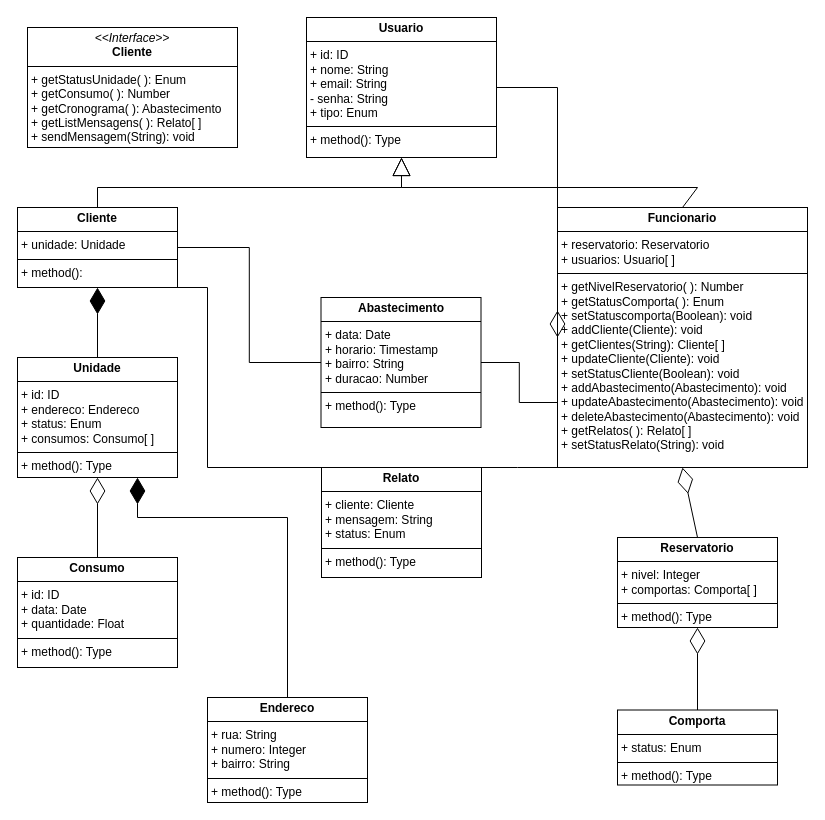
This is backend/docs/classes.drawio from joelmirsiqueira/sistema-hidrico, a draw.io file, before an edit. Source tidied: cells renumbered, new cells numbered last; positions are measured from the earlier drawing's top-left corner, leaving out a move shared by most shapes. Both pictures are drawn from the tidied source at 100%, with x=0, y=0 at pixel (17, 17).
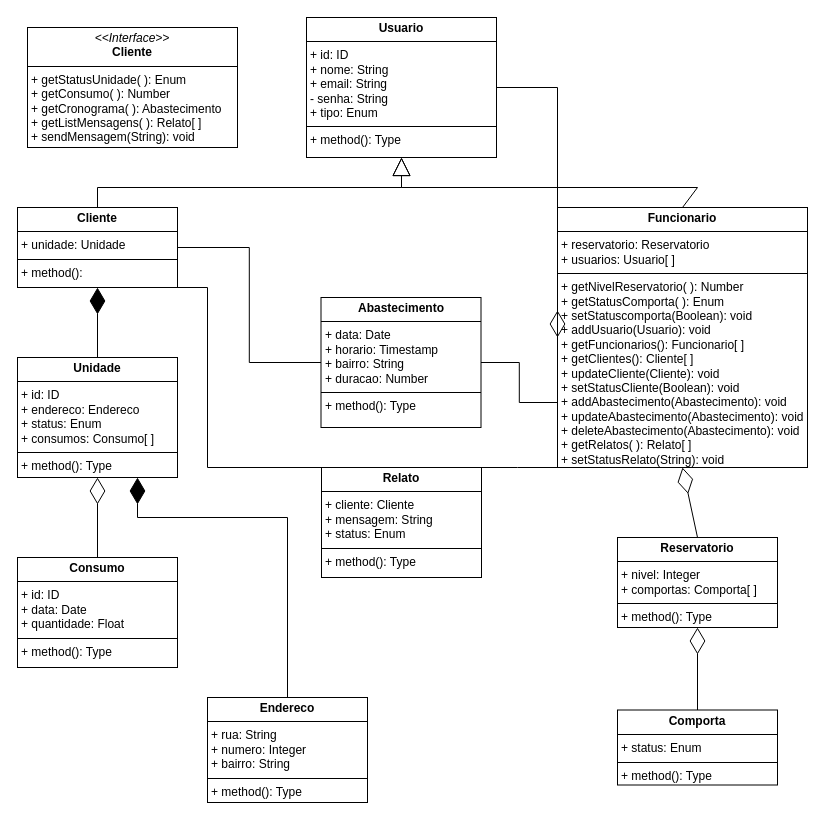
The same diagram, later.

Commit message:
fix: atualizações no diagrama de classes

What changed in the source:
```diff
@@
-    <mxCell id="10" value="&lt;p style=&quot;margin:0px;margin-top:4px;text-align:center;&quot;&gt;&lt;b style=&quot;background-color: transparent; color: light-dark(rgb(0, 0, 0), rgb(255, 255, 255));&quot;&gt;Funcionario&lt;/b&gt;&lt;/p&gt;&lt;hr size=&quot;1&quot; style=&quot;border-style:solid;&quot;&gt;&lt;p style=&quot;margin:0px;margin-left:4px;&quot;&gt;+ reservatorio: Reservatorio&lt;/p&gt;&lt;p style=&quot;margin:0px;margin-left:4px;&quot;&gt;+ usuarios: Usuario[ ]&lt;/p&gt;&lt;hr size=&quot;1&quot; style=&quot;border-style:solid;&quot;&gt;&lt;p style=&quot;margin:0px;margin-left:4px;&quot;&gt;+ getNivelReservatorio( ): Number&lt;/p&gt;&lt;p style=&quot;margin:0px;margin-left:4px;&quot;&gt;+ getStatusComporta( ): Enum&lt;/p&gt;&lt;p style=&quot;margin:0px;margin-left:4px;&quot;&gt;+ setStatuscomporta(Boolean): void&lt;/p&gt;&lt;p style=&quot;margin:0px;margin-left:4px;&quot;&gt;&lt;span style=&quot;background-color: transparent; color: light-dark(rgb(0, 0, 0), rgb(255, 255, 255));&quot;&gt;+ addCliente(Cliente): void&lt;/span&gt;&lt;/p&gt;&lt;p style=&quot;margin: 0px 0px 0px 4px;&quot;&gt;+ getClientes(String): Cliente[ ]&lt;/p&gt;&lt;p style=&quot;margin:0px;margin-left:4px;&quot;&gt;+ updateCliente(Cliente): void&lt;/p&gt;&lt;p style=&quot;margin:0px;margin-left:4px;&quot;&gt;+ setStatusCliente(Boolean): void&lt;/p&gt;&lt;p style=&quot;margin:0px;margin-left:4px;&quot;&gt;+ addAbastecimento(Abastecimento): void&lt;/p&gt;&lt;p style=&quot;margin:0px;margin-left:4px;&quot;&gt;+ updateAbastecimento(Abastecimento): void&lt;/p&gt;&lt;p style=&quot;margin:0px;margin-left:4px;&quot;&gt;+ deleteAbastecimento(Abastecimento): void&lt;/p&gt;&lt;p style=&quot;margin:0px;margin-left:4px;&quot;&gt;+ getRelatos( ): Relato[ ]&lt;/p&gt;&lt;p style=&quot;margin:0px;margin-left:4px;&quot;&gt;+ setStatusRelato(String): void&lt;/p&gt;" style="verticalAlign=top;align=left;overflow=fill;html=1;whiteSpace=wrap;" parent="1" vertex="1">
+    <mxCell id="10" value="&lt;p style=&quot;margin:0px;margin-top:4px;text-align:center;&quot;&gt;&lt;b style=&quot;background-color: transparent; color: light-dark(rgb(0, 0, 0), rgb(255, 255, 255));&quot;&gt;Funcionario&lt;/b&gt;&lt;/p&gt;&lt;hr size=&quot;1&quot; style=&quot;border-style:solid;&quot;&gt;&lt;p style=&quot;margin:0px;margin-left:4px;&quot;&gt;+ reservatorio: Reservatorio&lt;/p&gt;&lt;p style=&quot;margin:0px;margin-left:4px;&quot;&gt;+ usuarios: Usuario[ ]&lt;/p&gt;&lt;hr size=&quot;1&quot; style=&quot;border-style:solid;&quot;&gt;&lt;p style=&quot;margin:0px;margin-left:4px;&quot;&gt;+ getNivelReservatorio( ): Number&lt;/p&gt;&lt;p style=&quot;margin:0px;margin-left:4px;&quot;&gt;+ getStatusComporta( ): Enum&lt;/p&gt;&lt;p style=&quot;margin:0px;margin-left:4px;&quot;&gt;+ setStatuscomporta(Boolean): void&lt;/p&gt;&lt;p style=&quot;margin:0px;margin-left:4px;&quot;&gt;&lt;span style=&quot;background-color: transparent; color: light-dark(rgb(0, 0, 0), rgb(255, 255, 255));&quot;&gt;+ addUsuario(Usuario): void&lt;/span&gt;&lt;/p&gt;&lt;p style=&quot;margin:0px;margin-left:4px;&quot;&gt;&lt;span style=&quot;background-color: transparent; color: light-dark(rgb(0, 0, 0), rgb(255, 255, 255));&quot;&gt;+ getFuncionarios(): Funcionario[ ]&amp;nbsp;&lt;/span&gt;&lt;/p&gt;&lt;p style=&quot;margin: 0px 0px 0px 4px;&quot;&gt;+ getClientes(): Cliente[ ]&lt;/p&gt;&lt;p style=&quot;margin:0px;margin-left:4px;&quot;&gt;+ updateCliente(Cliente): void&lt;/p&gt;&lt;p style=&quot;margin:0px;margin-left:4px;&quot;&gt;+ setStatusCliente(Boolean): void&lt;/p&gt;&lt;p style=&quot;margin:0px;margin-left:4px;&quot;&gt;+ addAbastecimento(Abastecimento): void&lt;/p&gt;&lt;p style=&quot;margin:0px;margin-left:4px;&quot;&gt;+ updateAbastecimento(Abastecimento): void&lt;/p&gt;&lt;p style=&quot;margin:0px;margin-left:4px;&quot;&gt;+ deleteAbastecimento(Abastecimento): void&lt;/p&gt;&lt;p style=&quot;margin:0px;margin-left:4px;&quot;&gt;+ getRelatos( ): Relato[ ]&lt;/p&gt;&lt;p style=&quot;margin:0px;margin-left:4px;&quot;&gt;+ setStatusRelato(String): void&lt;/p&gt;" style="verticalAlign=top;align=left;overflow=fill;html=1;whiteSpace=wrap;" parent="1" vertex="1">
       <mxGeometry x="540" y="190" width="250" height="260" as="geometry" />
     </mxCell>
```
